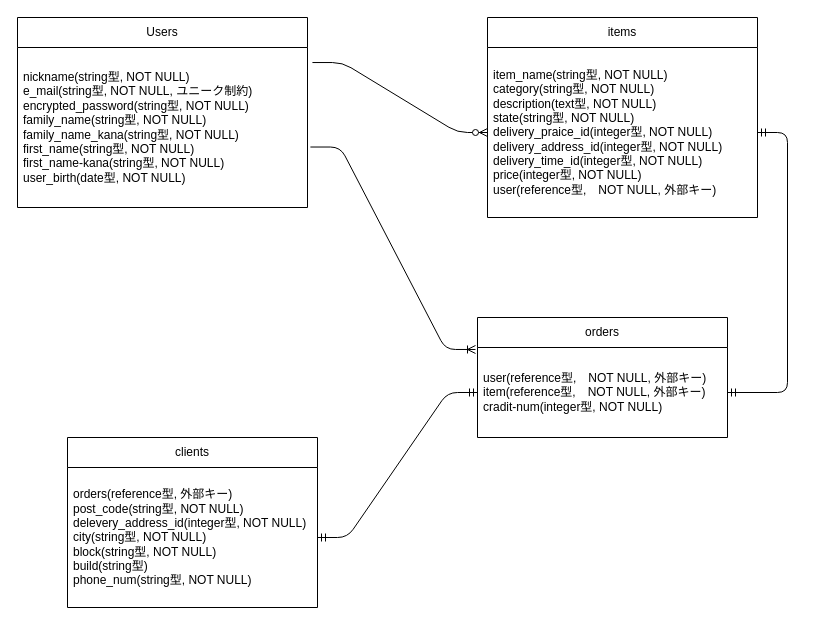
This is furima.dio from ikuma-e/furima-39637, a draw.io file, before an edit. Source tidied: cells renumbered, new cells numbered last; positions are measured from the earlier drawing's top-left corner, leaving out a move shared by most shapes. Both pictures are drawn from the tidied source at 100%, with x=0, y=0 at pixel (17, 17).
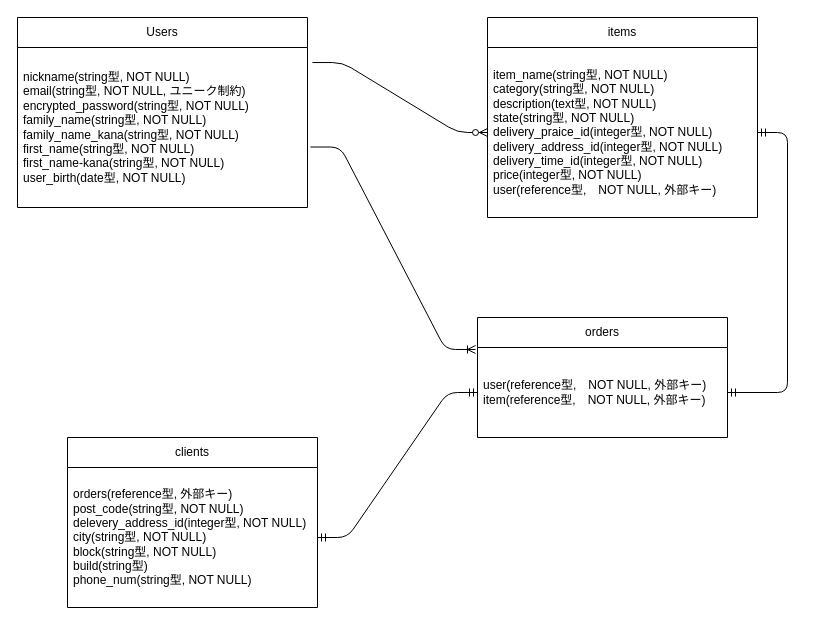
The same page after the edit.

What changed in the source:
```diff
@@
 <mxGraphModel>
   <root>
     <mxCell id="0" />
     <mxCell id="1" parent="0" />
     <mxCell id="2" value="Users" style="swimlane;fontStyle=0;horizontal=1;startSize=30;whiteSpace=wrap;html=1;" parent="1" vertex="1">
       <mxGeometry width="290" height="190" as="geometry" />
     </mxCell>
-    <mxCell id="3" value="nickname(string型, NOT NULL)&lt;br&gt;e_mail(string型, NOT NULL, ユニーク制約)&amp;nbsp;&lt;br&gt;encrypted_password(string型, NOT NULL)&lt;br&gt;family_name(string型, NOT NULL)&lt;br&gt;family_name_kana(string型, NOT NULL)&lt;br&gt;first_name(string型, NOT NULL)&lt;br&gt;first_name-kana(string型, NOT NULL)&lt;br&gt;user_birth(date型, NOT NULL)" style="text;strokeColor=none;fillColor=none;align=left;verticalAlign=middle;spacingLeft=4;spacingRight=4;overflow=hidden;points=[[0,0.5],[1,0.5]];portConstraint=eastwest;whiteSpace=wrap;html=1;" parent="2" vertex="1">
+    <mxCell id="3" value="nickname(string型, NOT NULL)&lt;br&gt;email(string型, NOT NULL, ユニーク制約)&amp;nbsp;&lt;br&gt;encrypted_password(string型, NOT NULL)&lt;br&gt;family_name(string型, NOT NULL)&lt;br&gt;family_name_kana(string型, NOT NULL)&lt;br&gt;first_name(string型, NOT NULL)&lt;br&gt;first_name-kana(string型, NOT NULL)&lt;br&gt;user_birth(date型, NOT NULL)" style="text;strokeColor=none;fillColor=none;align=left;verticalAlign=middle;spacingLeft=4;spacingRight=4;overflow=hidden;points=[[0,0.5],[1,0.5]];portConstraint=eastwest;whiteSpace=wrap;html=1;" parent="2" vertex="1">
       <mxGeometry y="30" width="290" height="160" as="geometry" />
     </mxCell>
     <mxCell id="4" value="orders" style="swimlane;fontStyle=0;horizontal=1;startSize=30;whiteSpace=wrap;html=1;" parent="1" vertex="1">
       <mxGeometry x="460" y="300" width="250" height="120" as="geometry" />
     </mxCell>
-    <mxCell id="5" value="user(reference型,　NOT NULL, 外部キー)&lt;br&gt;item(reference型,　NOT NULL, 外部キー)&lt;br&gt;cradit-num(integer型, NOT NULL)" style="text;strokeColor=none;fillColor=none;align=left;verticalAlign=middle;spacingLeft=4;spacingRight=4;overflow=hidden;points=[[0,0.5],[1,0.5]];portConstraint=eastwest;whiteSpace=wrap;html=1;" parent="4" vertex="1">
+    <mxCell id="5" value="user(reference型,　NOT NULL, 外部キー)&lt;br&gt;item(reference型,　NOT NULL, 外部キー)&amp;nbsp;" style="text;strokeColor=none;fillColor=none;align=left;verticalAlign=middle;spacingLeft=4;spacingRight=4;overflow=hidden;points=[[0,0.5],[1,0.5]];portConstraint=eastwest;whiteSpace=wrap;html=1;" parent="4" vertex="1">
       <mxGeometry y="30" width="250" height="90" as="geometry" />
     </mxCell>
     <mxCell id="6" value="clients" style="swimlane;fontStyle=0;horizontal=1;startSize=30;whiteSpace=wrap;html=1;" parent="1" vertex="1">
       <mxGeometry x="50" y="420" width="250" height="170" as="geometry" />
     </mxCell>
     <mxCell id="7" value="orders(reference型, 外部キー)&lt;br&gt;post_code(string型, NOT NULL)&lt;br&gt;delevery_address_id(integer型, NOT NULL)&lt;br&gt;city(string型, NOT NULL)&lt;br&gt;block(string型, NOT NULL)&lt;br&gt;build(string型)&lt;br&gt;phone_num(string型, NOT NULL)" style="text;strokeColor=none;fillColor=none;align=left;verticalAlign=middle;spacingLeft=4;spacingRight=4;overflow=hidden;points=[[0,0.5],[1,0.5]];portConstraint=eastwest;whiteSpace=wrap;html=1;" parent="6" vertex="1">
       <mxGeometry y="30" width="250" height="140" as="geometry" />
     </mxCell>
     <mxCell id="8" value="items" style="swimlane;fontStyle=0;horizontal=1;startSize=30;whiteSpace=wrap;html=1;" parent="1" vertex="1">
       <mxGeometry x="470" width="270" height="200" as="geometry" />
     </mxCell>
     <mxCell id="9" value="item_name(string型, NOT NULL)&lt;br&gt;category(string型, NOT NULL)&lt;br&gt;description(text型, NOT NULL)&lt;br&gt;state(string型, NOT NULL)&lt;br&gt;delivery_praice_id(integer型, NOT NULL)&lt;br&gt;delivery_address_id(integer型, NOT NULL)&lt;br&gt;delivery_time_id(integer型, NOT NULL)&lt;br&gt;price(integer型, NOT NULL)&lt;br&gt;user(reference型,　NOT NULL, 外部キー)" style="text;strokeColor=none;fillColor=none;align=left;verticalAlign=middle;spacingLeft=4;spacingRight=4;overflow=hidden;points=[[0,0.5],[1,0.5]];portConstraint=eastwest;whiteSpace=wrap;html=1;" parent="8" vertex="1">
       <mxGeometry y="30" width="270" height="170" as="geometry" />
     </mxCell>
     <mxCell id="10" style="edgeStyle=entityRelationEdgeStyle;fontSize=12;html=1;endArrow=ERzeroToMany;endFill=1;exitX=1.017;exitY=0.094;exitDx=0;exitDy=0;entryX=0;entryY=0.5;entryDx=0;entryDy=0;exitPerimeter=0;" parent="1" edge="1" source="3" target="9">
       <mxGeometry relative="1" as="geometry" />
     </mxCell>
     <mxCell id="11" style="edgeStyle=entityRelationEdgeStyle;fontSize=12;html=1;endArrow=ERmandOne;startArrow=ERmandOne;exitX=1;exitY=0.5;exitDx=0;exitDy=0;" parent="1" edge="1" source="5" target="9">
       <mxGeometry relative="1" as="geometry" />
     </mxCell>
     <mxCell id="12" style="edgeStyle=entityRelationEdgeStyle;fontSize=12;html=1;endArrow=ERoneToMany;entryX=-0.008;entryY=0.022;entryDx=0;entryDy=0;entryPerimeter=0;exitX=1.01;exitY=0.622;exitDx=0;exitDy=0;exitPerimeter=0;" parent="1" edge="1" source="3" target="5">
       <mxGeometry relative="1" as="geometry" />
     </mxCell>
     <mxCell id="13" style="edgeStyle=entityRelationEdgeStyle;fontSize=12;html=1;endArrow=ERmandOne;startArrow=ERmandOne;entryX=0;entryY=0.5;entryDx=0;entryDy=0;" parent="1" edge="1" source="7" target="5">
       <mxGeometry relative="1" as="geometry" />
     </mxCell>
   </root>
 </mxGraphModel>
```
